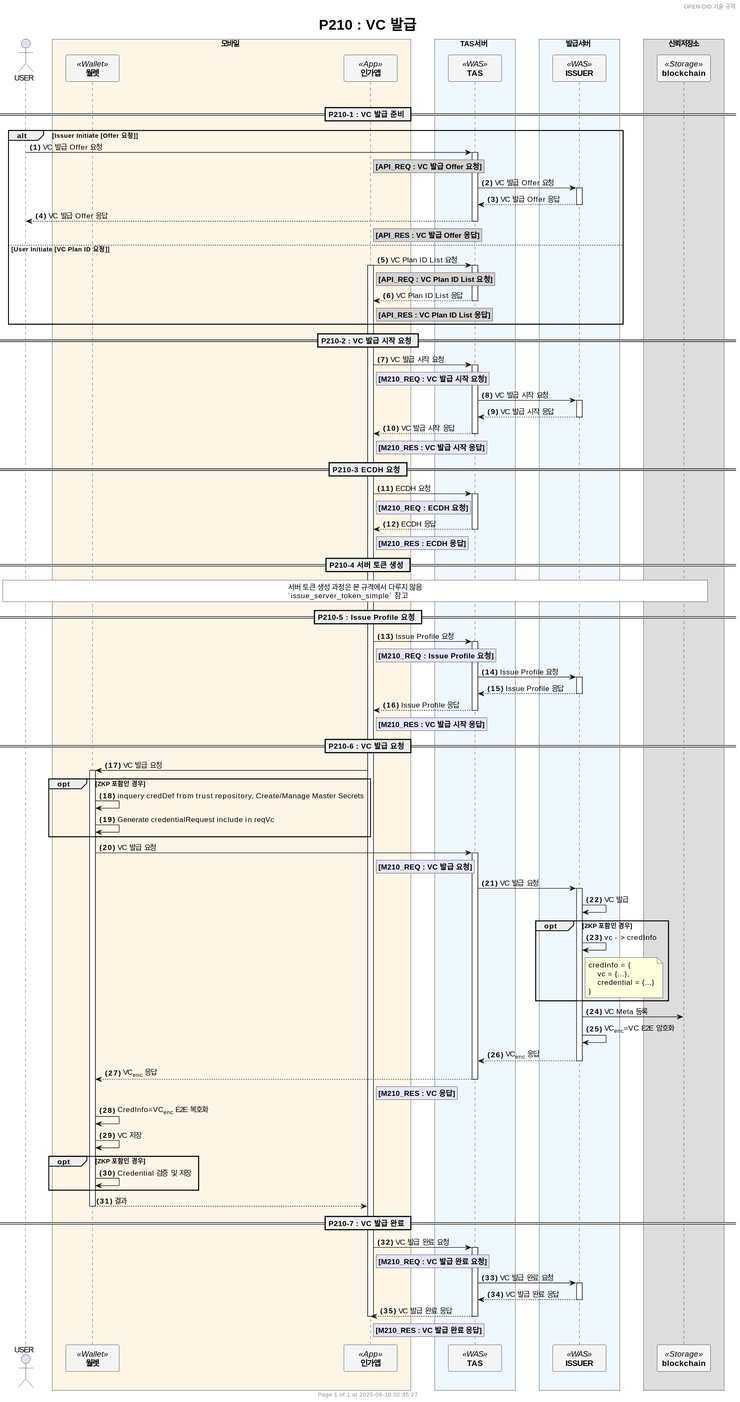
OmniOneID/did-doc-architecture keeps this PlantUML diagram as docs/sequence/simple/images/P210_issue_vc_simple_ko.svg. Above is the earlier version.
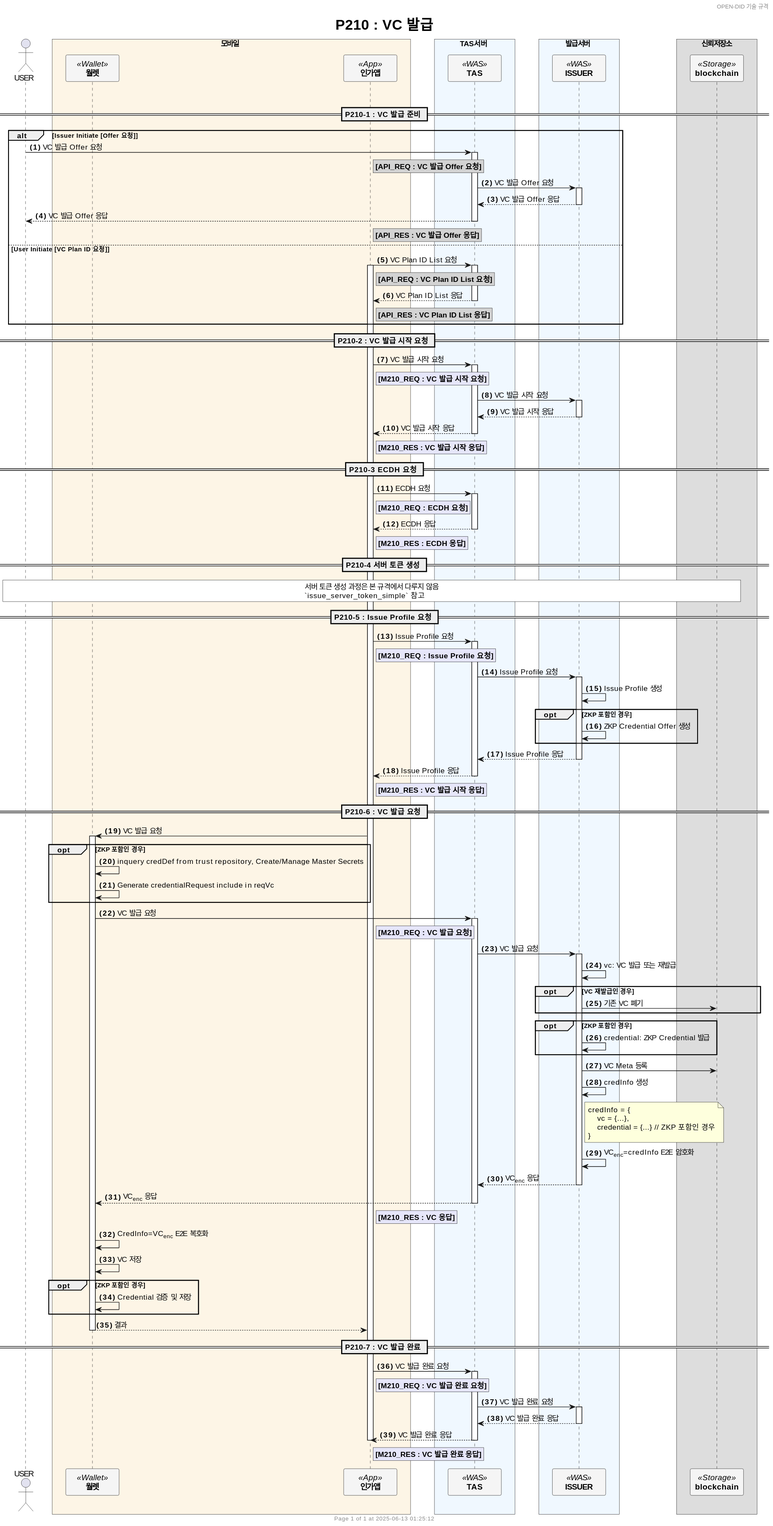
The same file after the commit.

What changed in the source:
```diff
@@ -99,6 +99,10 @@
         **[M210_REQ : Issue Profile 요청]**
     end note
     TAS -> ISSUER++: Issue Profile 요청
+    ISSUER -> ISSUER: Issue Profile 생성
+    opt ZKP 포함인 경우
+        ISSUER -> ISSUER: ZKP Credential Offer 생성
+    end
     return Issue Profile 응답
 return Issue Profile 응답
 rnote right of CA #Lavender
@@ -116,18 +120,23 @@
             **[M210_REQ : VC 발급 요청]**
         end note
         TAS -> ISSUER++: VC 발급 요청
-            ISSUER -> ISSUER: VC 발급
+            ISSUER -> ISSUER: vc: VC 발급 또는 재발급
+            opt VC 재발급인 경우
+                ISSUER -> BC: 기존 VC 폐기
+            end
             opt ZKP 포함인 경우
-                ISSUER -> ISSUER : vc -> credInfo
+                ISSUER -> ISSUER: credential: ZKP Credential 발급
+            end
+            ISSUER -> BC: VC Meta 등록
+            ISSUER -> ISSUER : credInfo 생성
                 note right of ISSUER
                     credInfo = {
                         vc = {...},
-                        credential = {...}
+                        credential = {...} // ZKP 포함인 경우
                     }
                 end note
-            end
-            ISSUER -> BC: VC Meta 등록
-            ISSUER -> ISSUER: VC<sub>enc</sub>=VC E2E 암호화
+
+            ISSUER -> ISSUER: VC<sub>enc</sub>=credInfo E2E 암호화
         return VC<sub>enc</sub> 응답
     return VC<sub>enc</sub> 응답
     rnote right of CA #Lavender
```
